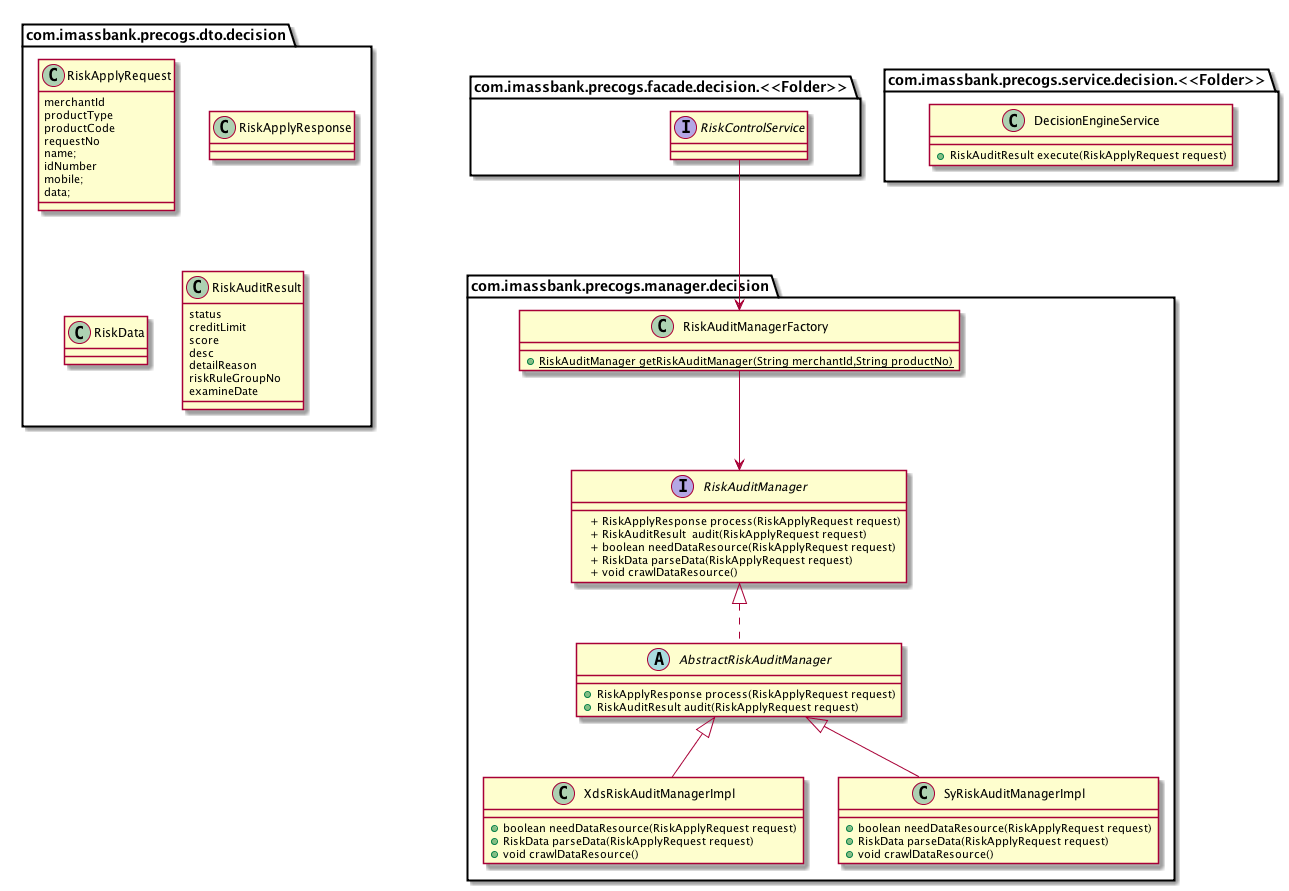
This is images/risk/ClassDiagram-decisionInterface.png from feidragon/feidragon.github.io, a PlantUML export, as it was before one commit. Source of this version:
```plantuml
@startuml


package com.imassbank.precogs.facade.decision.<<Folder>> {

  interface RiskControlService{

    + RiskAuditResult  audit(RiskApplyRequest);


  }
}
package com.imassbank.precogs.service.decision.<<Folder>> {

  class DecisionEngineService{
    + RiskAuditResult execute(RiskApplyRequest request)

  }
}
package com.imassbank.precogs.manager.decision <<Folder>> {
  interface RiskAuditManager{

    + RiskApplyResponse process(RiskApplyRequest request)
    + RiskAuditResult  audit(RiskApplyRequest request)
    + boolean needDataResource(RiskApplyRequest request)
    + RiskData parseData(RiskApplyRequest request)
    + void crawlDataResource()

  }
  abstract class AbstractRiskAuditManager implements RiskAuditManager{
    + RiskApplyResponse process(RiskApplyRequest request)
    + RiskAuditResult audit(RiskApplyRequest request)
  }

  class XdsRiskAuditManagerImpl{
    + boolean needDataResource(RiskApplyRequest request)
    + RiskData parseData(RiskApplyRequest request)
    + void crawlDataResource()

  }
  class SyRiskAuditManagerImpl{
    + boolean needDataResource(RiskApplyRequest request)
    + RiskData parseData(RiskApplyRequest request)
    + void crawlDataResource()
  }


  class RiskAuditManagerFactory {
    + {static} RiskAuditManager getRiskAuditManager(String merchantId,String productNo)
  }
}
package com.imassbank.precogs.dto.decision <<Folder>> {

  class RiskApplyRequest{
    merchantId
    productType
    productCode
    requestNo
    name;
    idNumber
    mobile;
    data;
  }

  class RiskApplyResponse{

  }
  class RiskData{

  }

  class RiskAuditResult{
    status
    creditLimit
    score
    desc
    detailReason
    riskRuleGroupNo
    examineDate
  }


}


AbstractRiskAuditManager  <|-- XdsRiskAuditManagerImpl
AbstractRiskAuditManager  <|-- SyRiskAuditManagerImpl

RiskAuditManagerFactory --> RiskAuditManager

RiskControlService --> RiskAuditManagerFactory
@enduml
```
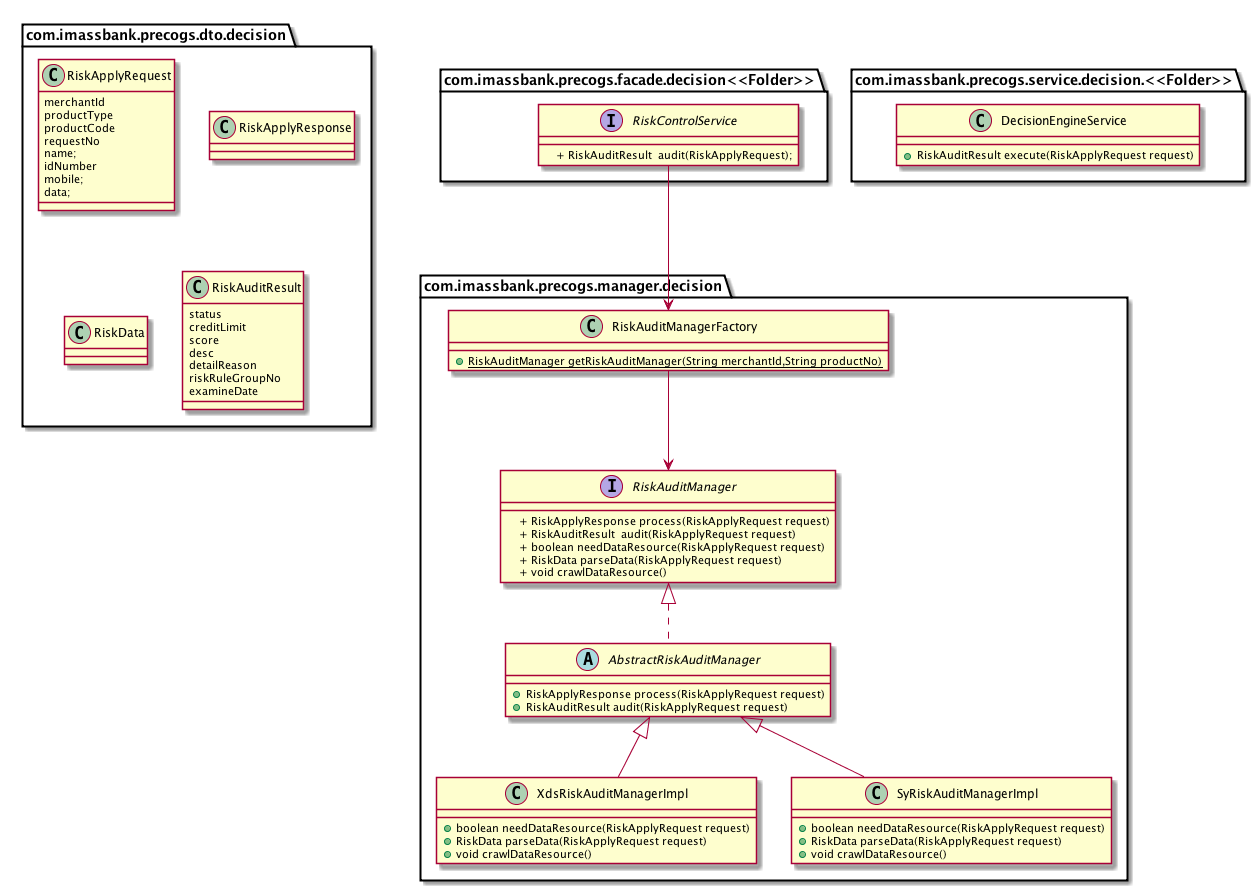
After the change.

Diff of the diagram source:
```diff
@@ -1,12 +1,11 @@
 @startuml
 
 
-package com.imassbank.precogs.facade.decision.<<Folder>> {
+package com.imassbank.precogs.facade.decision<<Folder>> {
 
   interface RiskControlService{
 
     + RiskAuditResult  audit(RiskApplyRequest);
-
 
   }
 }
```
